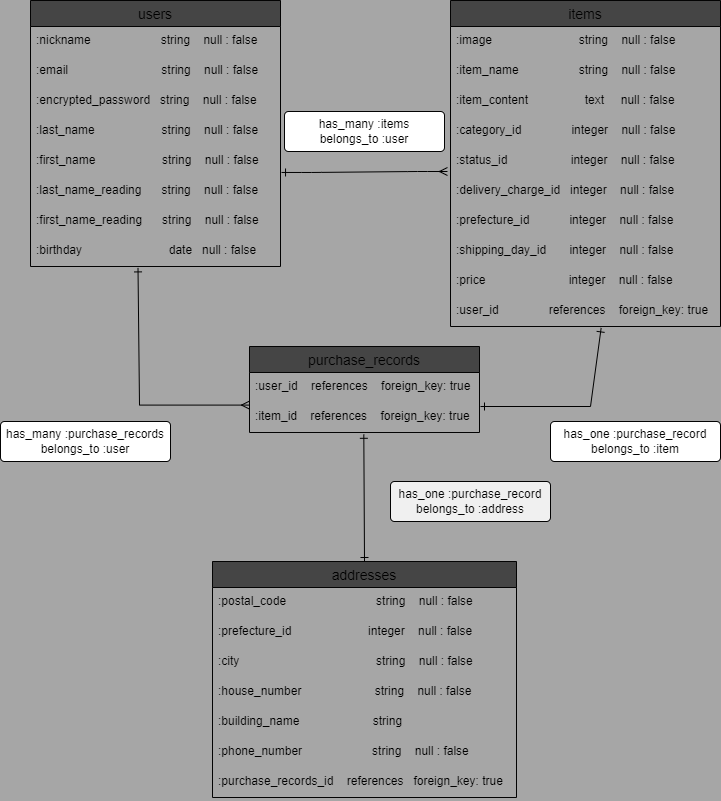
Above: furima-40340.drawio.png in CielSA0512/furima-40340 (draw.io), before the change. Source tidied: cells renumbered, new cells last; positions are measured from the earlier drawing's top-left corner, leaving out a move shared by most shapes.
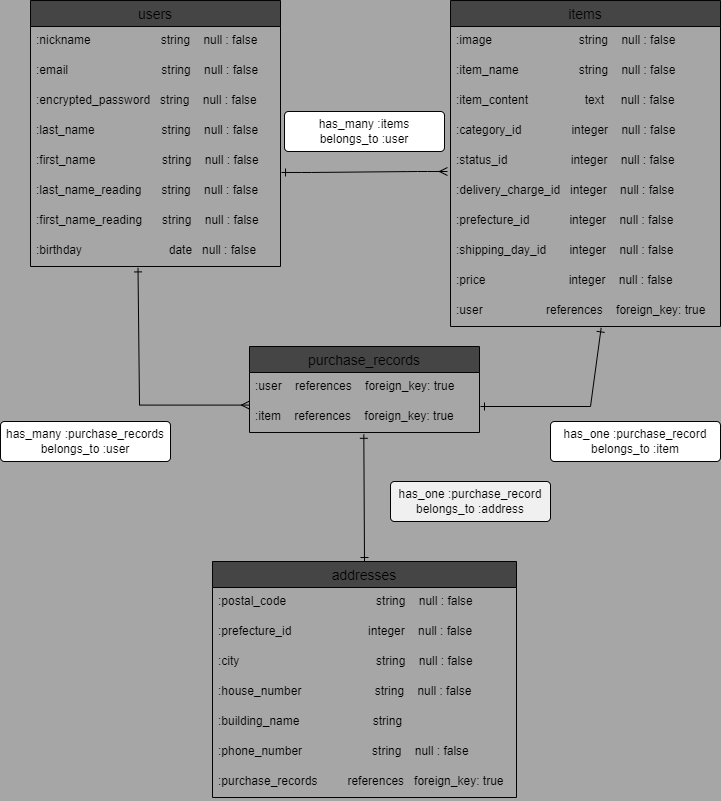
After the commit.

Commit message:
データベース設計修正4

The edit, as a diff of the source:
```diff
@@ -59,7 +59,7 @@
     <mxCell id="20" value=":price                         integer    null : false" style="text;strokeColor=none;fillColor=none;spacingLeft=4;spacingRight=4;overflow=hidden;fontSize=12;" parent="11" vertex="1">
       <mxGeometry y="266" width="270" height="30" as="geometry" />
     </mxCell>
-    <mxCell id="21" value=":user_id               references    foreign_key: true" style="text;strokeColor=none;fillColor=none;spacingLeft=4;spacingRight=4;overflow=hidden;points=[[0,0.5],[1,0.5]];portConstraint=eastwest;fontSize=12;" parent="11" vertex="1">
+    <mxCell id="21" value=":user                   references    foreign_key: true" style="text;strokeColor=none;fillColor=none;spacingLeft=4;spacingRight=4;overflow=hidden;points=[[0,0.5],[1,0.5]];portConstraint=eastwest;fontSize=12;" parent="11" vertex="1">
       <mxGeometry y="296" width="270" height="30" as="geometry" />
     </mxCell>
     <mxCell id="22" value="addresses" style="swimlane;fontStyle=0;horizontal=1;startSize=26;align=center;fontSize=14;fillColor=#454545;strokeColor=#030303;" parent="1" vertex="1">
@@ -83,7 +83,7 @@
     <mxCell id="28" value=":phone_number                     string    null : false" style="text;strokeColor=none;fillColor=none;spacingLeft=4;spacingRight=4;overflow=hidden;fontSize=12;" parent="22" vertex="1">
       <mxGeometry y="176" width="304" height="30" as="geometry" />
     </mxCell>
-    <mxCell id="29" value=":purchase_records_id    references   foreign_key: true" style="text;strokeColor=none;fillColor=none;spacingLeft=4;spacingRight=4;overflow=hidden;fontSize=12;" parent="22" vertex="1">
+    <mxCell id="29" value=":purchase_records         references   foreign_key: true" style="text;strokeColor=none;fillColor=none;spacingLeft=4;spacingRight=4;overflow=hidden;fontSize=12;" parent="22" vertex="1">
       <mxGeometry y="206" width="304" height="30" as="geometry" />
     </mxCell>
     <mxCell id="30" value="has_many :items&lt;br&gt;belongs_to :user" style="rounded=1;arcSize=10;whiteSpace=wrap;html=1;align=center;strokeColor=#030303;fillColor=#FFFFFF;fontColor=#030303;" parent="1" vertex="1">
@@ -104,10 +104,10 @@
     <mxCell id="34" value="purchase_records" style="swimlane;fontStyle=0;horizontal=1;startSize=26;align=center;fontSize=14;fillColor=#454545;strokeColor=#030303;" parent="1" vertex="1">
       <mxGeometry x="249" y="346" width="230" height="86" as="geometry" />
     </mxCell>
-    <mxCell id="35" value=":user_id    references    foreign_key: true" style="text;strokeColor=none;fillColor=none;spacingLeft=4;spacingRight=4;overflow=hidden;fontSize=12;" parent="34" vertex="1">
+    <mxCell id="35" value=":user    references    foreign_key: true" style="text;strokeColor=none;fillColor=none;spacingLeft=4;spacingRight=4;overflow=hidden;fontSize=12;" parent="34" vertex="1">
       <mxGeometry y="26" width="230" height="30" as="geometry" />
     </mxCell>
-    <mxCell id="36" value=":item_id    references    foreign_key: true" style="text;strokeColor=none;fillColor=none;spacingLeft=4;spacingRight=4;overflow=hidden;points=[[0,0.5],[1,0.5]];portConstraint=eastwest;fontSize=12;" parent="34" vertex="1">
+    <mxCell id="36" value=":item    references    foreign_key: true" style="text;strokeColor=none;fillColor=none;spacingLeft=4;spacingRight=4;overflow=hidden;points=[[0,0.5],[1,0.5]];portConstraint=eastwest;fontSize=12;" parent="34" vertex="1">
       <mxGeometry y="56" width="230" height="30" as="geometry" />
     </mxCell>
     <mxCell id="37" style="endArrow=ERone;html=1;rounded=0;entryX=0.558;entryY=1.047;entryDx=0;entryDy=0;entryPerimeter=0;startArrow=ERone;startFill=0;endFill=0;" parent="1" edge="1" target="21">
```
